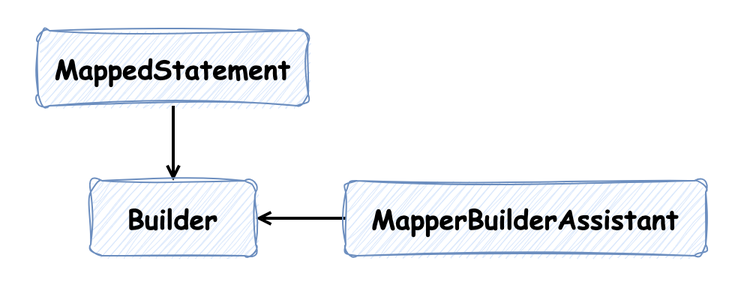
Earlier version of the draw.io export images/MappedStatement 建造者模式.drawio.png (FangYuan33/head-first-design-patterns). Source tidied: cells renumbered, new cells last; positions are measured from the earlier drawing's top-left corner, leaving out a move shared by most shapes. Source of this version:
```xml
<mxGraphModel>
  <root>
    <mxCell id="0" />
    <mxCell id="1" parent="0" />
    <mxCell id="2" style="rounded=0;whiteSpace=wrap;html=1;strokeColor=none;fontFamily=Helvetica;fontSize=11;fontColor=default;labelBackgroundColor=default;" parent="1" vertex="1">
      <mxGeometry width="490" height="200" as="geometry" />
    </mxCell>
    <mxCell id="3" style="edgeStyle=orthogonalEdgeStyle;shape=connector;rounded=0;jettySize=auto;html=1;entryX=1;entryY=0.5;entryDx=0;entryDy=0;strokeColor=default;strokeWidth=2;align=center;verticalAlign=middle;fontFamily=Helvetica;fontSize=11;fontColor=default;labelBackgroundColor=default;endArrow=open;endFill=0;" parent="1" edge="1" source="4" target="7">
      <mxGeometry relative="1" as="geometry" />
    </mxCell>
    <mxCell id="4" value="&lt;font face=&quot;Comic Sans MS&quot;&gt;&lt;span style=&quot;font-size: 18px;&quot;&gt;&lt;b&gt;MapperBuilderAssistant&lt;/b&gt;&lt;/span&gt;&lt;/font&gt;" style="rounded=1;whiteSpace=wrap;html=1;fillColor=#dae8fc;strokeColor=#6c8ebf;sketch=1;curveFitting=1;jiggle=2;" parent="1" vertex="1">
      <mxGeometry x="230" y="120" width="240" height="50" as="geometry" />
    </mxCell>
    <mxCell id="5" style="edgeStyle=orthogonalEdgeStyle;shape=connector;rounded=0;jettySize=auto;html=1;exitX=0.5;exitY=1;exitDx=0;exitDy=0;strokeColor=default;strokeWidth=2;align=center;verticalAlign=middle;fontFamily=Helvetica;fontSize=11;fontColor=default;labelBackgroundColor=default;endArrow=open;endFill=0;" parent="1" edge="1" source="6" target="7">
      <mxGeometry relative="1" as="geometry" />
    </mxCell>
    <mxCell id="6" value="&lt;b style=&quot;font-family: &amp;quot;Comic Sans MS&amp;quot;; font-size: 18px;&quot;&gt;MappedStatement&lt;/b&gt;" style="rounded=1;whiteSpace=wrap;html=1;fillColor=#dae8fc;strokeColor=#6c8ebf;sketch=1;curveFitting=1;jiggle=2;" parent="1" vertex="1">
      <mxGeometry x="25" y="20" width="180" height="50" as="geometry" />
    </mxCell>
    <mxCell id="7" value="&lt;font face=&quot;Comic Sans MS&quot;&gt;&lt;span style=&quot;font-size: 18px;&quot;&gt;&lt;b&gt;Builder&lt;/b&gt;&lt;/span&gt;&lt;/font&gt;" style="rounded=1;whiteSpace=wrap;html=1;fillColor=#dae8fc;strokeColor=#6c8ebf;sketch=1;curveFitting=1;jiggle=2;" parent="1" vertex="1">
      <mxGeometry x="60" y="120" width="110" height="50" as="geometry" />
    </mxCell>
  </root>
</mxGraphModel>
```
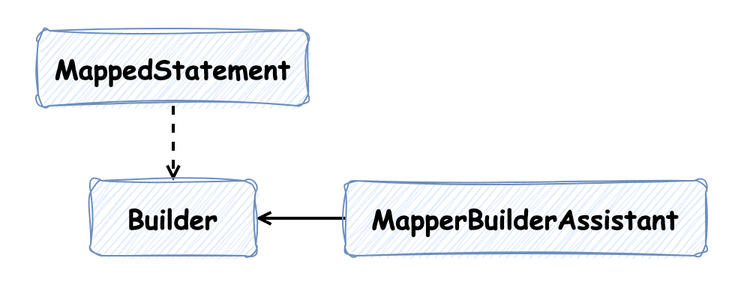
The same diagram one commit later.

Commit message:
建造者模式

Diff of the diagram source:
```diff
@@ -11,7 +11,7 @@
     <mxCell id="4" value="&lt;font face=&quot;Comic Sans MS&quot;&gt;&lt;span style=&quot;font-size: 18px;&quot;&gt;&lt;b&gt;MapperBuilderAssistant&lt;/b&gt;&lt;/span&gt;&lt;/font&gt;" style="rounded=1;whiteSpace=wrap;html=1;fillColor=#dae8fc;strokeColor=#6c8ebf;sketch=1;curveFitting=1;jiggle=2;" parent="1" vertex="1">
       <mxGeometry x="230" y="120" width="240" height="50" as="geometry" />
     </mxCell>
-    <mxCell id="5" style="edgeStyle=orthogonalEdgeStyle;shape=connector;rounded=0;jettySize=auto;html=1;exitX=0.5;exitY=1;exitDx=0;exitDy=0;strokeColor=default;strokeWidth=2;align=center;verticalAlign=middle;fontFamily=Helvetica;fontSize=11;fontColor=default;labelBackgroundColor=default;endArrow=open;endFill=0;" parent="1" edge="1" source="6" target="7">
+    <mxCell id="5" style="edgeStyle=orthogonalEdgeStyle;shape=connector;rounded=0;jettySize=auto;html=1;exitX=0.5;exitY=1;exitDx=0;exitDy=0;strokeColor=default;strokeWidth=2;align=center;verticalAlign=middle;fontFamily=Helvetica;fontSize=11;fontColor=default;labelBackgroundColor=default;endArrow=open;endFill=0;dashed=1;" parent="1" edge="1" source="6" target="7">
       <mxGeometry relative="1" as="geometry" />
     </mxCell>
     <mxCell id="6" value="&lt;b style=&quot;font-family: &amp;quot;Comic Sans MS&amp;quot;; font-size: 18px;&quot;&gt;MappedStatement&lt;/b&gt;" style="rounded=1;whiteSpace=wrap;html=1;fillColor=#dae8fc;strokeColor=#6c8ebf;sketch=1;curveFitting=1;jiggle=2;" parent="1" vertex="1">
```
